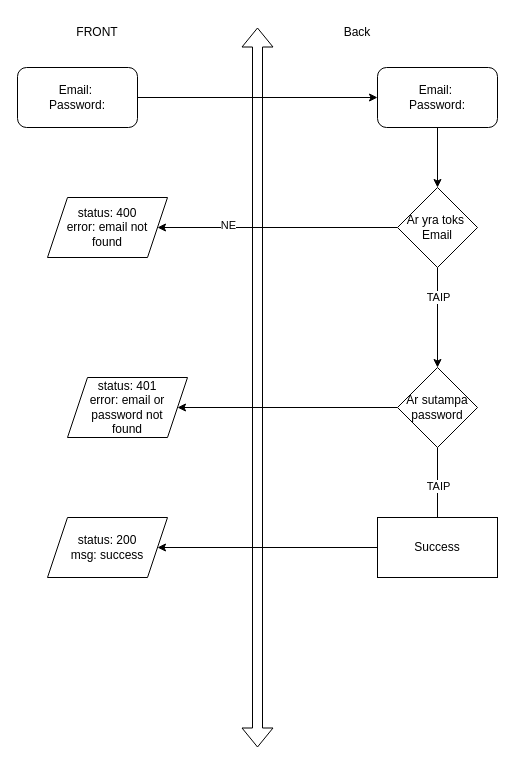
MariusMokymai/64_shop_practice_node keeps this draw.io diagram as login.drawio. Above is the earlier version. Source tidied: cells renumbered, new cells numbered last; positions are measured from the earlier drawing's top-left corner, leaving out a move shared by most shapes. Both pictures are drawn from the tidied source at 100%, with x=0, y=0 at pixel (17, 17).
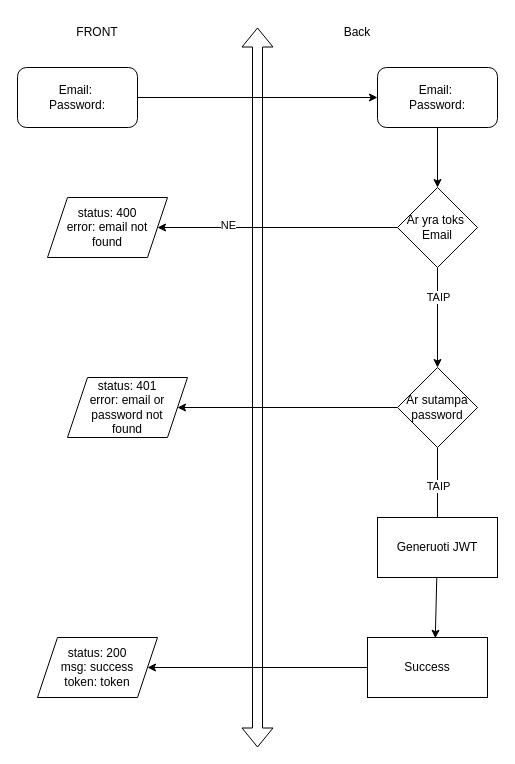
After the change.

What changed in the source:
```diff
@@
     <mxCell id="20" style="edgeStyle=none;html=1;" parent="1" edge="1" source="21">
       <mxGeometry relative="1" as="geometry">
-        <mxPoint x="140" y="530" as="targetPoint" />
+        <mxPoint x="130" y="650" as="targetPoint" />
       </mxGeometry>
     </mxCell>
     <mxCell id="21" value="Success" style="rounded=0;whiteSpace=wrap;html=1;" parent="1" vertex="1">
-      <mxGeometry x="360" y="500" width="120" height="60" as="geometry" />
+      <mxGeometry x="350" y="620" width="120" height="60" as="geometry" />
     </mxCell>
-    <mxCell id="22" value="status: 200&lt;br&gt;msg: success" style="shape=parallelogram;perimeter=parallelogramPerimeter;whiteSpace=wrap;html=1;fixedSize=1;" parent="1" vertex="1">
-      <mxGeometry x="30" y="500" width="120" height="60" as="geometry" />
+    <mxCell id="22" value="status: 200&lt;br&gt;msg: success&lt;br&gt;token: token" style="shape=parallelogram;perimeter=parallelogramPerimeter;whiteSpace=wrap;html=1;fixedSize=1;" parent="1" vertex="1">
+      <mxGeometry x="20" y="620" width="120" height="60" as="geometry" />
     </mxCell>
+    <mxCell id="23" style="edgeStyle=none;html=1;entryX=0.565;entryY=0.012;entryDx=0;entryDy=0;entryPerimeter=0;" parent="1" edge="1" source="24" target="21">
+      <mxGeometry relative="1" as="geometry" />
+    </mxCell>
+    <mxCell id="24" value="Generuoti JWT" style="rounded=0;whiteSpace=wrap;html=1;" parent="1" vertex="1">
+      <mxGeometry x="360" y="500" width="120" height="60" as="geometry" />
+    </mxCell>
```
